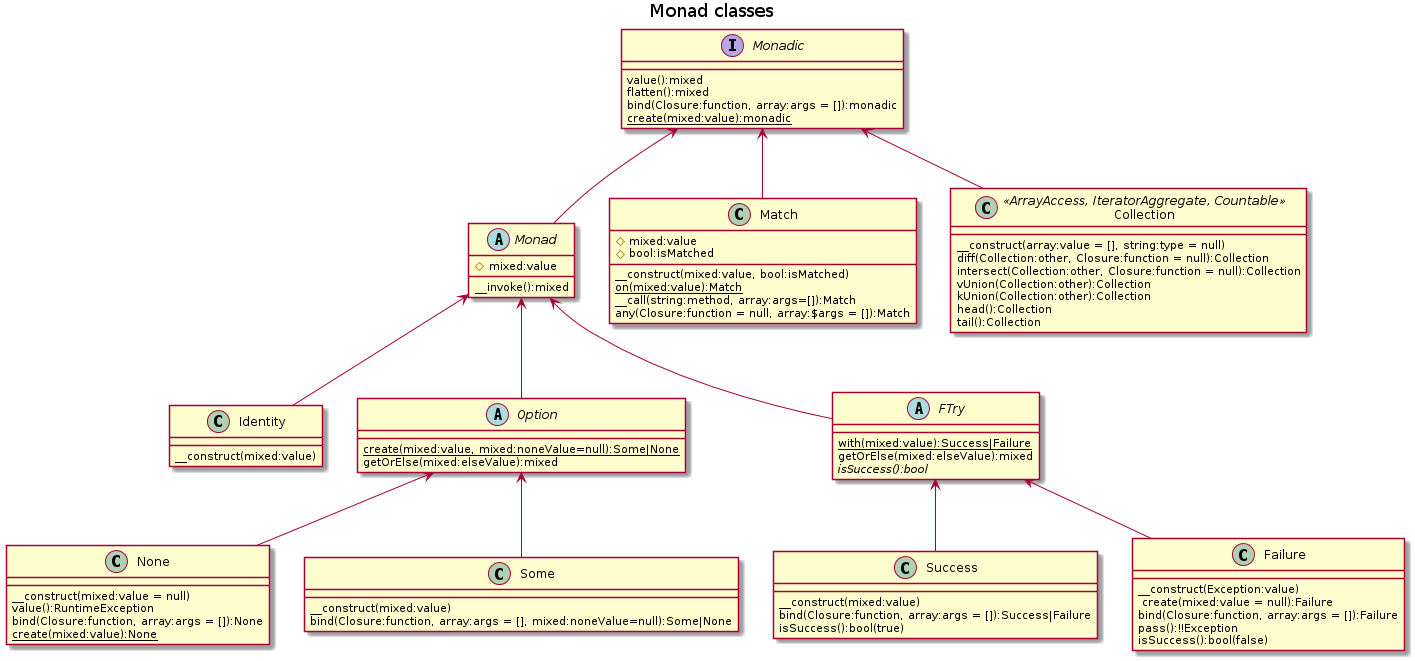
Above: docs/monad-classes.png in chippyash/Monad (PlantUML), before the change.
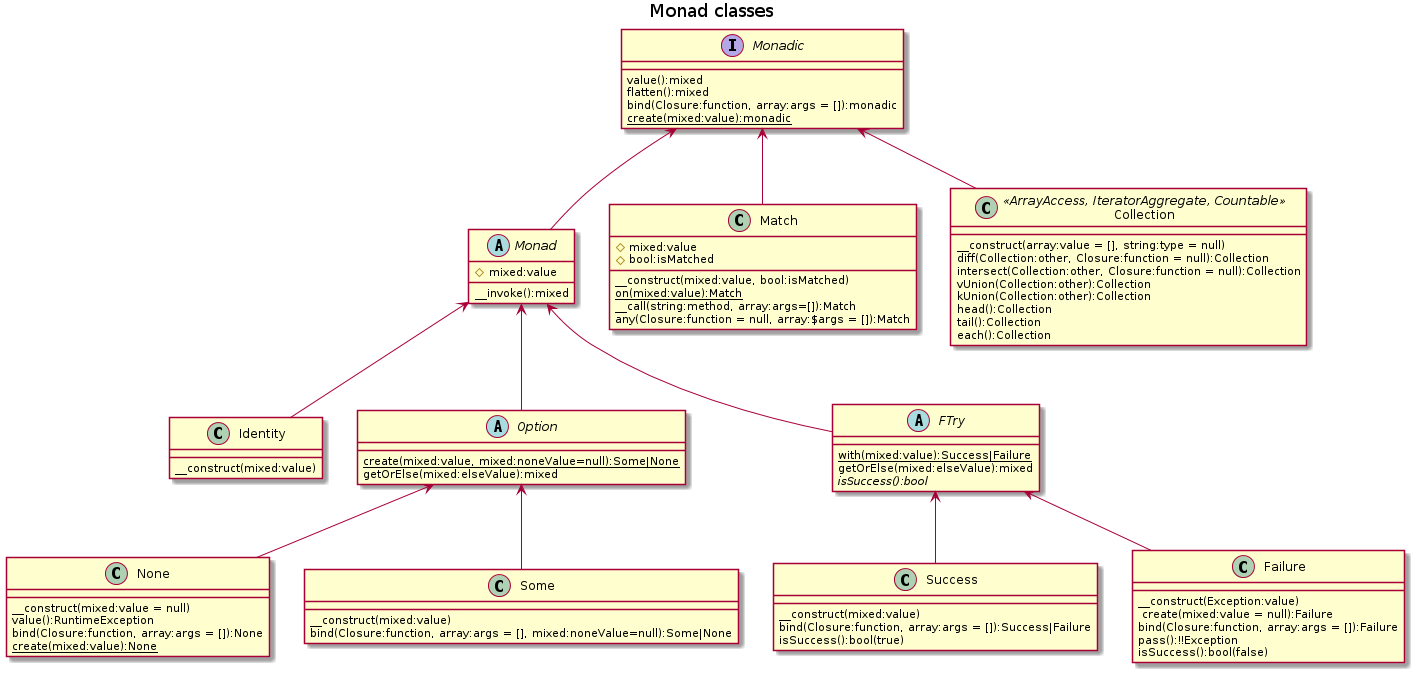
The same diagram one commit later.

Commit message:
add each() method to Collection

Change to the diagram source:
```diff
@@ -71,6 +71,7 @@
     kUnion(Collection:other):Collection
     head():Collection
     tail():Collection
+    each():Collection
 }
 
 Monadic <-- Monad
```
